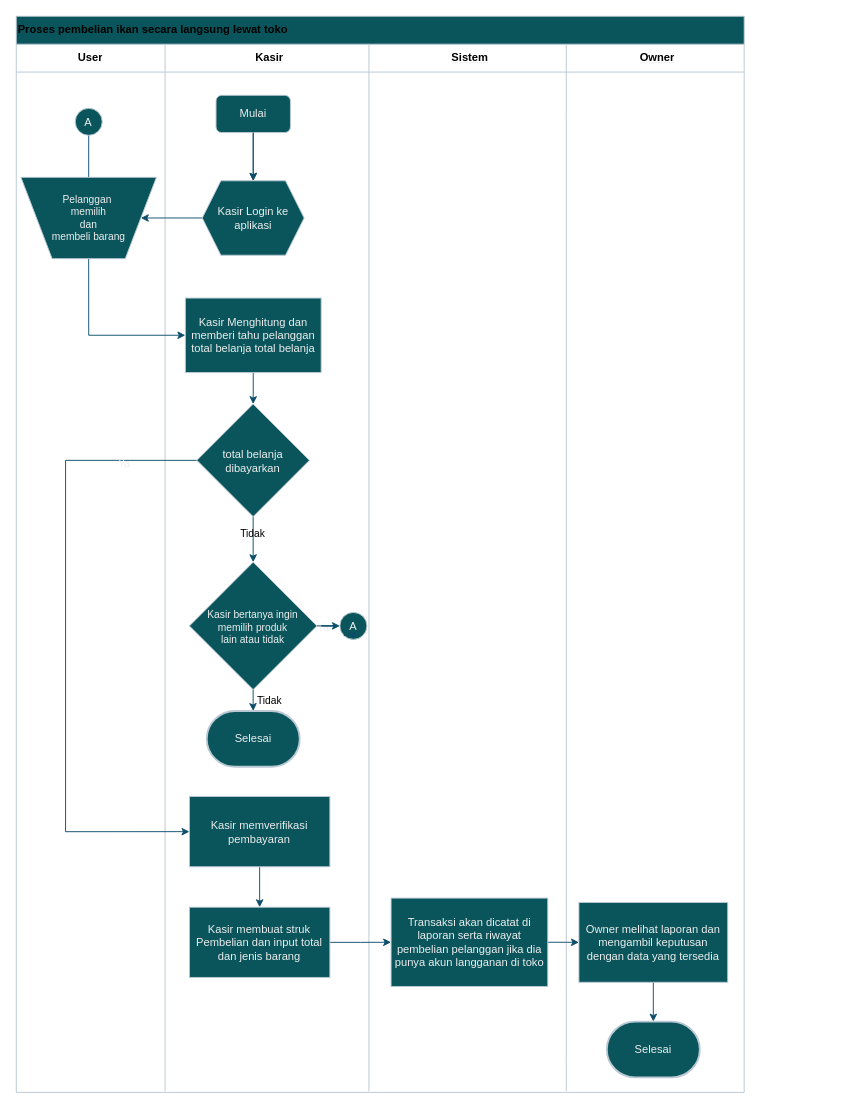
This is ikan langsung .drawio from shinoaaa/drawio, a draw.io file, before an edit. Source tidied: cells renumbered, new cells numbered last; positions are measured from the earlier drawing's top-left corner, leaving out a move shared by most shapes. Both pictures are drawn from the tidied source at 93%, with x=0, y=0 at pixel (16, 16).
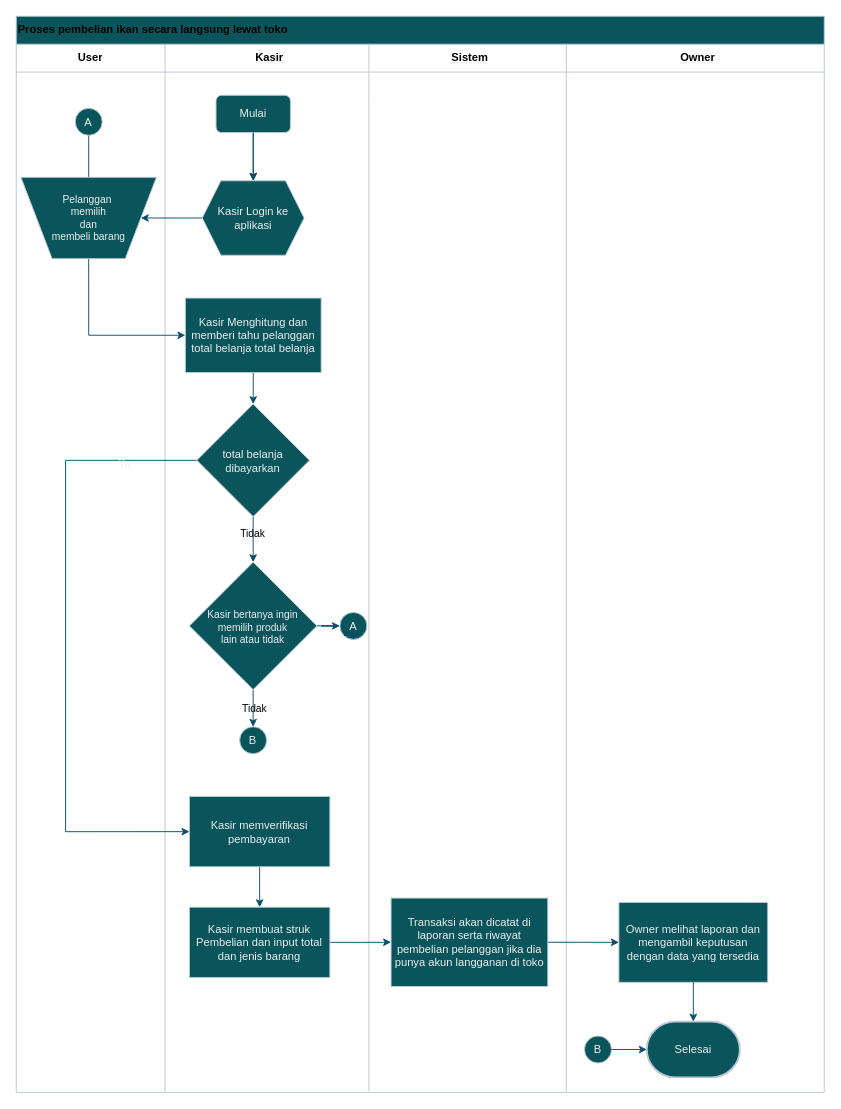
The same diagram, later.

The change refers to these unchanged cells:
```xml
<mxCell id="37" style="edgeStyle=orthogonalEdgeStyle;rounded=0;jettySize=auto;html=1;strokeColor=#0B4D6A;labelBackgroundColor=none;fontColor=default;entryX=0.5;entryY=0;entryDx=0;entryDy=0;" parent="1" edge="1" source="43" target="59">
  <mxGeometry relative="1" as="geometry" />
</mxCell>
<mxCell id="46" value="A" style="ellipse;whiteSpace=wrap;html=1;strokeColor=#BAC8D3;fontColor=#EEEEEE;fillColor=#09555B;labelBackgroundColor=none;" parent="1" vertex="1">
  <mxGeometry x="348" y="641" width="29" height="29" as="geometry" />
</mxCell>
<mxCell id="52" value="Transaksi akan dicatat di laporan serta riwayat pembelian pelanggan jika dia punya akun langganan di toko" style="rounded=0;whiteSpace=wrap;html=1;strokeColor=#BAC8D3;fontColor=#EEEEEE;fillColor=#09555B;labelBackgroundColor=none;" parent="1" vertex="1">
  <mxGeometry x="403" y="948.2" width="168.5" height="95" as="geometry" />
</mxCell>
<mxCell id="59" value="&lt;span style=&quot;font-size: 11px;&quot;&gt;Kasir bertanya ingin&lt;/span&gt;&lt;div style=&quot;font-size: 11px;&quot;&gt;memilih produk&lt;/div&gt;&lt;div style=&quot;font-size: 11px;&quot;&gt;lain atau tidak&lt;/div&gt;" style="rhombus;whiteSpace=wrap;html=1;strokeColor=#BAC8D3;fontColor=#EEEEEE;fillColor=#09555B;labelBackgroundColor=none;" parent="1" vertex="1">
  <mxGeometry x="186.2" y="587" width="137" height="137" as="geometry" />
</mxCell>
```

What changed in the source:
```diff
@@
     <mxCell id="2" value="&lt;font style=&quot;color: light-dark(rgb(0, 0, 0), rgb(0, 0, 0));&quot;&gt;Proses pembelian ikan secara langsung lewat toko&lt;/font&gt;" style="shape=table;startSize=30;childLayout=tableLayout;rowLines=0;fontStyle=1;align=left;html=1;strokeColor=#BAC8D3;labelBackgroundColor=none;fillColor=#09555B;fontColor=#EEEEEE;" parent="1" vertex="1">
-      <mxGeometry width="782.7" height="1157.1" as="geometry" />
+      <mxGeometry width="868.8" height="1157.1" as="geometry" />
     </mxCell>
     <mxCell id="3" style="shape=tableRow;horizontal=0;startSize=0;swimlaneHead=0;swimlaneBody=0;fillColor=none;top=0;left=0;right=0;bottom=1;strokeColor=#BAC8D3;labelBackgroundColor=none;fontColor=#EEEEEE;" parent="2" vertex="1">
-      <mxGeometry y="30" width="782.7" height="30" as="geometry" />
+      <mxGeometry y="30" width="868.8" height="30" as="geometry" />
     </mxCell>
@@
     <mxCell id="7" value="&lt;font style=&quot;color: light-dark(rgb(0, 0, 0), rgb(0, 0, 0));&quot;&gt;Owner&lt;/font&gt;" style="shape=partialRectangle;fillColor=none;top=0;left=0;bottom=0;right=0;align=center;spacingLeft=6;fontStyle=5;overflow=hidden;whiteSpace=wrap;html=1;strokeColor=#BAC8D3;labelBackgroundColor=none;fontColor=#EEEEEE;" parent="3" vertex="1">
-      <mxGeometry x="591.3" width="191.4" height="30" as="geometry" />
+      <mxGeometry x="591.3" width="277.5" height="30" as="geometry" />
     </mxCell>
     <mxCell id="8" style="shape=tableRow;horizontal=0;startSize=0;swimlaneHead=0;swimlaneBody=0;fillColor=none;top=0;left=0;right=0;bottom=0;labelBackgroundColor=none;strokeColor=#BAC8D3;fontColor=#EEEEEE;" parent="2" vertex="1">
-      <mxGeometry y="60" width="782.7" height="30" as="geometry" />
+      <mxGeometry y="60" width="868.8" height="30" as="geometry" />
     </mxCell>
@@
     <mxCell id="12" style="shape=partialRectangle;fillColor=none;top=0;left=0;bottom=0;right=0;align=left;spacingLeft=6;overflow=hidden;whiteSpace=wrap;html=1;labelBackgroundColor=none;strokeColor=#BAC8D3;fontColor=#EEEEEE;" parent="8" vertex="1">
-      <mxGeometry x="591.3" width="191.4" height="30" as="geometry" />
+      <mxGeometry x="591.3" width="277.5" height="30" as="geometry" />
     </mxCell>
     <mxCell id="13" style="shape=tableRow;horizontal=0;startSize=0;swimlaneHead=0;swimlaneBody=0;fillColor=none;top=0;left=0;right=0;bottom=0;labelBackgroundColor=none;strokeColor=#BAC8D3;fontColor=#EEEEEE;" parent="2" vertex="1">
-      <mxGeometry y="90" width="782.7" height="20" as="geometry" />
+      <mxGeometry y="90" width="868.8" height="20" as="geometry" />
     </mxCell>
@@
     <mxCell id="17" style="shape=partialRectangle;fillColor=none;top=0;left=0;bottom=0;right=0;align=left;spacingLeft=6;overflow=hidden;whiteSpace=wrap;html=1;labelBackgroundColor=none;strokeColor=#BAC8D3;fontColor=#EEEEEE;" parent="13" vertex="1">
-      <mxGeometry x="591.3" width="191.4" height="20" as="geometry" />
+      <mxGeometry x="591.3" width="277.5" height="20" as="geometry" />
     </mxCell>
     <mxCell id="18" style="shape=tableRow;horizontal=0;startSize=0;swimlaneHead=0;swimlaneBody=0;fillColor=none;top=0;left=0;right=0;bottom=0;labelBackgroundColor=none;strokeColor=#BAC8D3;fontColor=#EEEEEE;" parent="2" vertex="1">
-      <mxGeometry y="110" width="782.7" height="1014" as="geometry" />
+      <mxGeometry y="110" width="868.8" height="1014" as="geometry" />
     </mxCell>
@@
     <mxCell id="22" style="shape=partialRectangle;fillColor=none;top=0;left=0;bottom=0;right=0;align=left;spacingLeft=6;overflow=hidden;whiteSpace=wrap;html=1;labelBackgroundColor=none;strokeColor=#BAC8D3;fontColor=#EEEEEE;" parent="18" vertex="1">
-      <mxGeometry x="591.3" width="191.4" height="1014" as="geometry" />
+      <mxGeometry x="591.3" width="277.5" height="1014" as="geometry" />
     </mxCell>
     <mxCell id="23" style="shape=tableRow;horizontal=0;startSize=0;swimlaneHead=0;swimlaneBody=0;fillColor=none;top=0;left=0;right=0;bottom=0;labelBackgroundColor=none;strokeColor=#BAC8D3;fontColor=#EEEEEE;" parent="2" vertex="1">
-      <mxGeometry y="1124" width="782.7" height="32" as="geometry" />
+      <mxGeometry y="1124" width="868.8" height="32" as="geometry" />
     </mxCell>
@@
     <mxCell id="27" style="shape=partialRectangle;fillColor=none;top=0;left=0;bottom=0;right=0;align=left;spacingLeft=6;overflow=hidden;whiteSpace=wrap;html=1;labelBackgroundColor=none;strokeColor=#BAC8D3;fontColor=#EEEEEE;" parent="23" vertex="1">
-      <mxGeometry x="591.3" width="191.4" height="32" as="geometry" />
+      <mxGeometry x="591.3" width="277.5" height="32" as="geometry" />
     </mxCell>
@@
     <mxCell id="39" value="&lt;font style=&quot;color: light-dark(rgb(0, 0, 0), rgb(0, 0, 0));&quot;&gt;Tidak&lt;/font&gt;" style="edgeLabel;html=1;align=center;verticalAlign=middle;strokeColor=#BAC8D3;fontColor=#EEEEEE;fillColor=#09555B;labelBackgroundColor=none;" parent="37" vertex="1">
       <mxGeometry x="-0.29" y="-1" relative="1" as="geometry">
-        <mxPoint x="18" y="180" as="offset" />
+        <mxPoint x="2" y="189" as="offset" />
       </mxGeometry>
     </mxCell>
@@
-    <mxCell id="51" style="edgeStyle=orthogonalEdgeStyle;rounded=0;jettySize=auto;html=1;entryX=0;entryY=0.5;entryDx=0;entryDy=0;strokeColor=#0B4D6A;" parent="1" edge="1" source="52" target="56">
+    <mxCell id="51" style="edgeStyle=orthogonalEdgeStyle;rounded=0;jettySize=auto;html=1;entryX=0;entryY=0.5;entryDx=0;entryDy=0;strokeColor=#0B4D6A;labelBackgroundColor=none;fontColor=default;" parent="1" edge="1" source="52" target="56">
       <mxGeometry relative="1" as="geometry" />
     </mxCell>
@@
-    <mxCell id="55" style="edgeStyle=orthogonalEdgeStyle;rounded=0;jettySize=auto;html=1;entryX=0.5;entryY=0;entryDx=0;entryDy=0;strokeColor=#0B4D6A;labelBackgroundColor=none;fontColor=default;" parent="1" edge="1" source="56">
-      <mxGeometry relative="1" as="geometry">
-        <mxPoint x="685" y="1081" as="targetPoint" />
-      </mxGeometry>
-    </mxCell>
     <mxCell id="56" value="Owner melihat laporan dan mengambil keputusan dengan data yang tersedia" style="rounded=0;whiteSpace=wrap;html=1;strokeColor=#BAC8D3;fontColor=#EEEEEE;fillColor=#09555B;labelBackgroundColor=none;" parent="1" vertex="1">
-      <mxGeometry x="605" y="952.9" width="160" height="85.8" as="geometry" />
+      <mxGeometry x="648" y="952.9" width="160" height="85.8" as="geometry" />
     </mxCell>
@@
-    <mxCell id="58" style="edgeStyle=orthogonalEdgeStyle;rounded=0;jettySize=auto;html=1;entryX=0;entryY=0.5;entryDx=0;entryDy=0;strokeColor=#0B4D6A;" parent="1" edge="1" source="59" target="46">
+    <mxCell id="58" style="edgeStyle=orthogonalEdgeStyle;rounded=0;jettySize=auto;html=1;entryX=0;entryY=0.5;entryDx=0;entryDy=0;strokeColor=#0B4D6A;labelBackgroundColor=none;fontColor=default;" parent="1" edge="1" source="59" target="46">
       <mxGeometry relative="1" as="geometry" />
     </mxCell>
+    <mxCell id="63" style="edgeStyle=orthogonalEdgeStyle;rounded=0;jettySize=auto;html=1;entryX=0.5;entryY=0;entryDx=0;entryDy=0;labelBackgroundColor=none;strokeColor=#0B4D6A;fontColor=default;" parent="1" edge="1" source="59" target="64">
+      <mxGeometry relative="1" as="geometry" />
+    </mxCell>
@@
-    <mxCell id="60" value="Selesai" style="strokeWidth=2;html=1;shape=mxgraph.flowchart.terminator;whiteSpace=wrap;strokeColor=#BAC8D3;fontColor=#EEEEEE;fillColor=#09555B;" parent="1" vertex="1">
-      <mxGeometry x="204.8" y="747" width="100" height="60" as="geometry" />
-    </mxCell>
-    <mxCell id="61" style="edgeStyle=orthogonalEdgeStyle;rounded=0;jettySize=auto;html=1;entryX=0.5;entryY=0;entryDx=0;entryDy=0;entryPerimeter=0;strokeColor=#0B4D6A;" parent="1" edge="1" source="59" target="60">
-      <mxGeometry relative="1" as="geometry" />
-    </mxCell>
-    <mxCell id="62" value="Selesai" style="strokeWidth=2;html=1;shape=mxgraph.flowchart.terminator;whiteSpace=wrap;strokeColor=#BAC8D3;fontColor=#EEEEEE;fillColor=#09555B;" parent="1" vertex="1">
-      <mxGeometry x="635" y="1081" width="100" height="60" as="geometry" />
+    <mxCell id="62" value="Selesai" style="strokeWidth=2;html=1;shape=mxgraph.flowchart.terminator;whiteSpace=wrap;strokeColor=#BAC8D3;fontColor=#EEEEEE;fillColor=#09555B;labelBackgroundColor=none;" parent="1" vertex="1">
+      <mxGeometry x="678" y="1081" width="100" height="60" as="geometry" />
     </mxCell>
+    <mxCell id="64" value="B" style="ellipse;whiteSpace=wrap;html=1;strokeColor=#BAC8D3;fontColor=#EEEEEE;fillColor=#09555B;labelBackgroundColor=none;" parent="1" vertex="1">
+      <mxGeometry x="240.2" y="764" width="29" height="29" as="geometry" />
+    </mxCell>
+    <mxCell id="65" value="B" style="ellipse;whiteSpace=wrap;html=1;strokeColor=#BAC8D3;fontColor=#EEEEEE;fillColor=#09555B;labelBackgroundColor=none;" parent="1" vertex="1">
+      <mxGeometry x="611" y="1096.5" width="29" height="29" as="geometry" />
+    </mxCell>
+    <mxCell id="66" style="edgeStyle=orthogonalEdgeStyle;rounded=0;jettySize=auto;html=1;entryX=0;entryY=0.5;entryDx=0;entryDy=0;entryPerimeter=0;strokeColor=#0B4D6A;" parent="1" edge="1" source="65" target="62">
+      <mxGeometry relative="1" as="geometry" />
+    </mxCell>
+    <mxCell id="67" style="edgeStyle=orthogonalEdgeStyle;rounded=0;jettySize=auto;html=1;entryX=0.5;entryY=0;entryDx=0;entryDy=0;entryPerimeter=0;strokeColor=#0B4D6A;" parent="1" edge="1" source="56" target="62">
+      <mxGeometry relative="1" as="geometry" />
+    </mxCell>
```
